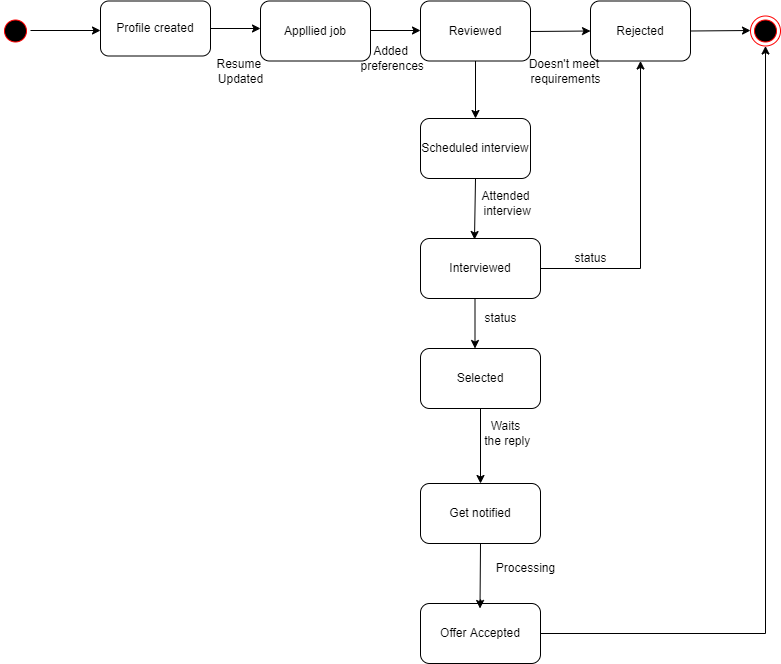
Earlier version of the draw.io export Day9/Object models/statetransition1.png (neethupauly/ust-prograd-training). Source tidied: cells renumbered, new cells last; positions are measured from the earlier drawing's top-left corner, leaving out a move shared by most shapes. Source of this version:
```xml
<mxGraphModel>
  <root>
    <mxCell id="0" />
    <mxCell id="1" parent="0" />
    <mxCell id="2" style="ellipse;html=1;shape=startState;fillColor=#000000;strokeColor=#ff0000;" parent="1" vertex="1">
      <mxGeometry y="15.5" width="30" height="30" as="geometry" />
    </mxCell>
    <mxCell id="3" style="endArrow=classic;html=1;rounded=0;" parent="1" edge="1">
      <mxGeometry relative="1" as="geometry">
        <mxPoint x="30" y="30" as="sourcePoint" />
        <mxPoint x="100" y="30" as="targetPoint" />
      </mxGeometry>
    </mxCell>
    <mxCell id="4" value="Profile created" style="rounded=1;whiteSpace=wrap;html=1;" parent="1" vertex="1">
      <mxGeometry x="100" y="0.5" width="110" height="55" as="geometry" />
    </mxCell>
    <mxCell id="5" value="Appllied job" style="rounded=1;whiteSpace=wrap;html=1;" parent="1" vertex="1">
      <mxGeometry x="260" y="0.5" width="110" height="60" as="geometry" />
    </mxCell>
    <mxCell id="6" style="endArrow=classic;html=1;rounded=0;exitX=1;exitY=0.5;exitDx=0;exitDy=0;" parent="1" edge="1" source="4">
      <mxGeometry relative="1" as="geometry">
        <mxPoint x="260" y="28" as="targetPoint" />
      </mxGeometry>
    </mxCell>
    <mxCell id="7" style="endArrow=classic;html=1;rounded=0;" parent="1" edge="1">
      <mxGeometry relative="1" as="geometry">
        <mxPoint x="370" y="30" as="sourcePoint" />
        <mxPoint x="420" y="30" as="targetPoint" />
      </mxGeometry>
    </mxCell>
    <mxCell id="8" value="Scheduled interview" style="rounded=1;whiteSpace=wrap;html=1;" parent="1" vertex="1">
      <mxGeometry x="420" y="118" width="110" height="60" as="geometry" />
    </mxCell>
    <mxCell id="9" value="Reviewed" style="rounded=1;whiteSpace=wrap;html=1;" parent="1" vertex="1">
      <mxGeometry x="420" y="0.5" width="110" height="60" as="geometry" />
    </mxCell>
    <mxCell id="10" style="endArrow=classic;html=1;rounded=0;entryX=0.5;entryY=0;entryDx=0;entryDy=0;exitX=0.5;exitY=1;exitDx=0;exitDy=0;" parent="1" edge="1" source="9" target="8">
      <mxGeometry relative="1" as="geometry" />
    </mxCell>
    <mxCell id="11" style="endArrow=classic;html=1;rounded=0;exitX=0.5;exitY=1;exitDx=0;exitDy=0;entryX=0.45;entryY=0.017;entryDx=0;entryDy=0;entryPerimeter=0;" parent="1" edge="1" source="8" target="12">
      <mxGeometry relative="1" as="geometry" />
    </mxCell>
    <mxCell id="12" value="Interviewed" style="rounded=1;whiteSpace=wrap;html=1;" parent="1" vertex="1">
      <mxGeometry x="420" y="238" width="120" height="60" as="geometry" />
    </mxCell>
    <mxCell id="13" value="Selected" style="rounded=1;whiteSpace=wrap;html=1;" parent="1" vertex="1">
      <mxGeometry x="420" y="348" width="120" height="60" as="geometry" />
    </mxCell>
    <mxCell id="14" style="endArrow=classic;html=1;rounded=0;exitX=0.5;exitY=1;exitDx=0;exitDy=0;" parent="1" edge="1">
      <mxGeometry relative="1" as="geometry">
        <mxPoint x="474.5" y="298" as="sourcePoint" />
        <mxPoint x="474.5" y="348" as="targetPoint" />
      </mxGeometry>
    </mxCell>
    <mxCell id="15" style="endArrow=classic;html=1;rounded=0;exitX=0.5;exitY=1;exitDx=0;exitDy=0;entryX=0.5;entryY=0;entryDx=0;entryDy=0;" parent="1" edge="1" source="13" target="18">
      <mxGeometry relative="1" as="geometry" />
    </mxCell>
    <mxCell id="16" style="edgeStyle=orthogonalEdgeStyle;rounded=0;jettySize=auto;html=1;exitX=0.5;exitY=0;exitDx=0;exitDy=0;" parent="1" edge="1" source="17">
      <mxGeometry relative="1" as="geometry">
        <mxPoint x="480" y="598" as="targetPoint" />
      </mxGeometry>
    </mxCell>
    <mxCell id="17" value="Offer Accepted" style="rounded=1;whiteSpace=wrap;html=1;" parent="1" vertex="1">
      <mxGeometry x="420" y="603" width="120" height="60" as="geometry" />
    </mxCell>
    <mxCell id="18" value="Get notified" style="rounded=1;whiteSpace=wrap;html=1;" parent="1" vertex="1">
      <mxGeometry x="420" y="483" width="120" height="60" as="geometry" />
    </mxCell>
    <mxCell id="19" style="endArrow=classic;html=1;rounded=0;exitX=0.5;exitY=1;exitDx=0;exitDy=0;" parent="1" edge="1" source="18">
      <mxGeometry relative="1" as="geometry">
        <mxPoint x="479.5" y="608" as="targetPoint" />
      </mxGeometry>
    </mxCell>
    <mxCell id="20" style="endArrow=classic;html=1;rounded=0;exitX=1;exitY=0.5;exitDx=0;exitDy=0;entryX=0.5;entryY=1;entryDx=0;entryDy=0;" parent="1" edge="1" source="17" target="24">
      <mxGeometry relative="1" as="geometry">
        <Array as="points">
          <mxPoint x="765" y="633" />
        </Array>
      </mxGeometry>
    </mxCell>
    <mxCell id="21" value="Rejected" style="rounded=1;whiteSpace=wrap;html=1;" parent="1" vertex="1">
      <mxGeometry x="590" y="0.5" width="100" height="60" as="geometry" />
    </mxCell>
    <mxCell id="22" style="endArrow=classic;html=1;rounded=0;entryX=0;entryY=0.5;entryDx=0;entryDy=0;" parent="1" edge="1" target="21">
      <mxGeometry relative="1" as="geometry">
        <mxPoint x="530" y="31" as="sourcePoint" />
      </mxGeometry>
    </mxCell>
    <mxCell id="23" style="endArrow=classic;html=1;rounded=0;entryX=0;entryY=0.5;entryDx=0;entryDy=0;" parent="1" edge="1">
      <mxGeometry relative="1" as="geometry">
        <mxPoint x="690" y="30.5" as="sourcePoint" />
        <mxPoint x="750" y="30" as="targetPoint" />
      </mxGeometry>
    </mxCell>
    <mxCell id="24" style="ellipse;html=1;shape=endState;fillColor=#000000;strokeColor=#ff0000;" parent="1" vertex="1">
      <mxGeometry x="750" y="15.5" width="30" height="30" as="geometry" />
    </mxCell>
    <mxCell id="25" style="endArrow=classic;html=1;rounded=0;entryX=0.5;entryY=1;entryDx=0;entryDy=0;" parent="1" edge="1" target="21">
      <mxGeometry relative="1" as="geometry">
        <mxPoint x="540" y="268" as="sourcePoint" />
        <Array as="points">
          <mxPoint x="640" y="268" />
        </Array>
      </mxGeometry>
    </mxCell>
    <mxCell id="26" value="status" style="text;html=1;align=center;verticalAlign=middle;strokeColor=none;fillColor=none;" parent="1" vertex="1">
      <mxGeometry x="565" y="248" width="50" height="20" as="geometry" />
    </mxCell>
    <mxCell id="27" value="Resume&amp;nbsp;&lt;br&gt;Updated" style="text;html=1;align=center;verticalAlign=middle;strokeColor=none;fillColor=none;" parent="1" vertex="1">
      <mxGeometry x="210" y="55.5" width="60" height="30" as="geometry" />
    </mxCell>
    <mxCell id="28" value="Added&lt;br&gt;&amp;nbsp;preferences" style="text;html=1;align=center;verticalAlign=middle;strokeColor=none;fillColor=none;" parent="1" vertex="1">
      <mxGeometry x="350" y="43" width="80" height="30" as="geometry" />
    </mxCell>
    <mxCell id="29" value="Attended&lt;br&gt;&amp;nbsp;interview" style="text;html=1;align=center;verticalAlign=middle;strokeColor=none;fillColor=none;" parent="1" vertex="1">
      <mxGeometry x="470" y="188" width="70" height="30" as="geometry" />
    </mxCell>
    <mxCell id="30" value="status" style="text;html=1;align=center;verticalAlign=middle;strokeColor=none;fillColor=none;" parent="1" vertex="1">
      <mxGeometry x="475" y="308" width="50" height="20" as="geometry" />
    </mxCell>
    <mxCell id="31" value="Waits&lt;br&gt;&amp;nbsp;the reply" style="text;html=1;align=center;verticalAlign=middle;strokeColor=none;fillColor=none;" parent="1" vertex="1">
      <mxGeometry x="475" y="418" width="60" height="30" as="geometry" />
    </mxCell>
    <mxCell id="32" value="Processing" style="text;html=1;align=center;verticalAlign=middle;strokeColor=none;fillColor=none;" parent="1" vertex="1">
      <mxGeometry x="490" y="558" width="70" height="20" as="geometry" />
    </mxCell>
    <mxCell id="33" value="Doesn't meet &lt;br&gt;requirements" style="text;html=1;align=center;verticalAlign=middle;strokeColor=none;fillColor=none;" parent="1" vertex="1">
      <mxGeometry x="520" y="55.5" width="90" height="30" as="geometry" />
    </mxCell>
  </root>
</mxGraphModel>
```
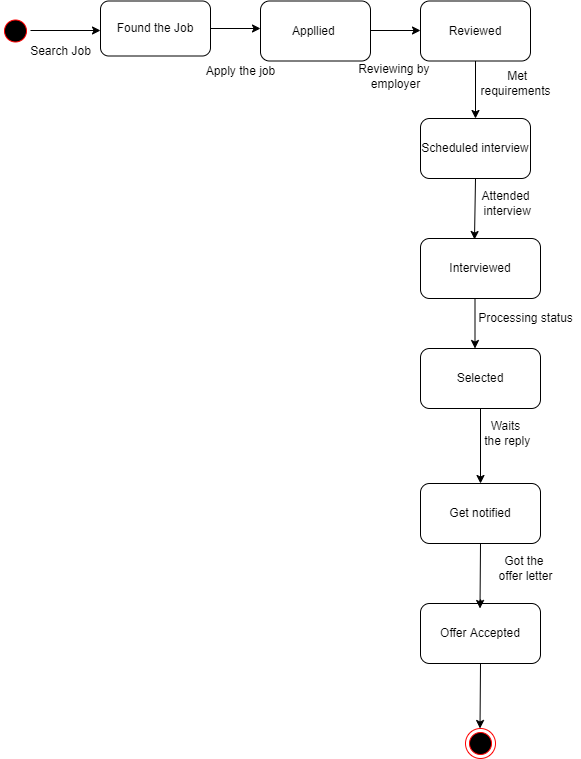
Later version of the same file.

Diff of the diagram source:
```diff
@@ -11,10 +11,10 @@
         <mxPoint x="100" y="30" as="targetPoint" />
       </mxGeometry>
     </mxCell>
-    <mxCell id="4" value="Profile created" style="rounded=1;whiteSpace=wrap;html=1;" parent="1" vertex="1">
+    <mxCell id="4" value="Found the Job" style="rounded=1;whiteSpace=wrap;html=1;" parent="1" vertex="1">
       <mxGeometry x="100" y="0.5" width="110" height="55" as="geometry" />
     </mxCell>
-    <mxCell id="5" value="Appllied job" style="rounded=1;whiteSpace=wrap;html=1;" parent="1" vertex="1">
+    <mxCell id="5" value="Appllied&amp;nbsp;" style="rounded=1;whiteSpace=wrap;html=1;" parent="1" vertex="1">
       <mxGeometry x="260" y="0.5" width="110" height="60" as="geometry" />
     </mxCell>
     <mxCell id="6" style="endArrow=classic;html=1;rounded=0;exitX=1;exitY=0.5;exitDx=0;exitDy=0;" parent="1" edge="1" source="4">
@@ -71,61 +71,38 @@
         <mxPoint x="479.5" y="608" as="targetPoint" />
       </mxGeometry>
     </mxCell>
-    <mxCell id="20" style="endArrow=classic;html=1;rounded=0;exitX=1;exitY=0.5;exitDx=0;exitDy=0;entryX=0.5;entryY=1;entryDx=0;entryDy=0;" parent="1" edge="1" source="17" target="24">
-      <mxGeometry relative="1" as="geometry">
-        <Array as="points">
-          <mxPoint x="765" y="633" />
-        </Array>
-      </mxGeometry>
-    </mxCell>
-    <mxCell id="21" value="Rejected" style="rounded=1;whiteSpace=wrap;html=1;" parent="1" vertex="1">
-      <mxGeometry x="590" y="0.5" width="100" height="60" as="geometry" />
-    </mxCell>
-    <mxCell id="22" style="endArrow=classic;html=1;rounded=0;entryX=0;entryY=0.5;entryDx=0;entryDy=0;" parent="1" edge="1" target="21">
-      <mxGeometry relative="1" as="geometry">
-        <mxPoint x="530" y="31" as="sourcePoint" />
-      </mxGeometry>
-    </mxCell>
-    <mxCell id="23" style="endArrow=classic;html=1;rounded=0;entryX=0;entryY=0.5;entryDx=0;entryDy=0;" parent="1" edge="1">
-      <mxGeometry relative="1" as="geometry">
-        <mxPoint x="690" y="30.5" as="sourcePoint" />
-        <mxPoint x="750" y="30" as="targetPoint" />
-      </mxGeometry>
-    </mxCell>
     <mxCell id="24" style="ellipse;html=1;shape=endState;fillColor=#000000;strokeColor=#ff0000;" parent="1" vertex="1">
-      <mxGeometry x="750" y="15.5" width="30" height="30" as="geometry" />
+      <mxGeometry x="465" y="728" width="30" height="30" as="geometry" />
     </mxCell>
-    <mxCell id="25" style="endArrow=classic;html=1;rounded=0;entryX=0.5;entryY=1;entryDx=0;entryDy=0;" parent="1" edge="1" target="21">
-      <mxGeometry relative="1" as="geometry">
-        <mxPoint x="540" y="268" as="sourcePoint" />
-        <Array as="points">
-          <mxPoint x="640" y="268" />
-        </Array>
-      </mxGeometry>
-    </mxCell>
-    <mxCell id="26" value="status" style="text;html=1;align=center;verticalAlign=middle;strokeColor=none;fillColor=none;" parent="1" vertex="1">
-      <mxGeometry x="565" y="248" width="50" height="20" as="geometry" />
-    </mxCell>
-    <mxCell id="27" value="Resume&amp;nbsp;&lt;br&gt;Updated" style="text;html=1;align=center;verticalAlign=middle;strokeColor=none;fillColor=none;" parent="1" vertex="1">
-      <mxGeometry x="210" y="55.5" width="60" height="30" as="geometry" />
+    <mxCell id="27" value="Apply the job" style="text;html=1;align=center;verticalAlign=middle;strokeColor=none;fillColor=none;" parent="1" vertex="1">
+      <mxGeometry x="200" y="60.5" width="80" height="20" as="geometry" />
     </mxCell>
-    <mxCell id="28" value="Added&lt;br&gt;&amp;nbsp;preferences" style="text;html=1;align=center;verticalAlign=middle;strokeColor=none;fillColor=none;" parent="1" vertex="1">
-      <mxGeometry x="350" y="43" width="80" height="30" as="geometry" />
+    <mxCell id="28" value="Reviewing by&amp;nbsp;&lt;br&gt;employer" style="text;html=1;align=center;verticalAlign=middle;strokeColor=none;fillColor=none;" parent="1" vertex="1">
+      <mxGeometry x="350" y="60.5" width="90" height="30" as="geometry" />
     </mxCell>
     <mxCell id="29" value="Attended&lt;br&gt;&amp;nbsp;interview" style="text;html=1;align=center;verticalAlign=middle;strokeColor=none;fillColor=none;" parent="1" vertex="1">
       <mxGeometry x="470" y="188" width="70" height="30" as="geometry" />
     </mxCell>
-    <mxCell id="30" value="status" style="text;html=1;align=center;verticalAlign=middle;strokeColor=none;fillColor=none;" parent="1" vertex="1">
-      <mxGeometry x="475" y="308" width="50" height="20" as="geometry" />
+    <mxCell id="30" value="Processing status" style="text;html=1;align=center;verticalAlign=middle;strokeColor=none;fillColor=none;" parent="1" vertex="1">
+      <mxGeometry x="470" y="308" width="110" height="20" as="geometry" />
     </mxCell>
     <mxCell id="31" value="Waits&lt;br&gt;&amp;nbsp;the reply" style="text;html=1;align=center;verticalAlign=middle;strokeColor=none;fillColor=none;" parent="1" vertex="1">
       <mxGeometry x="475" y="418" width="60" height="30" as="geometry" />
     </mxCell>
-    <mxCell id="32" value="Processing" style="text;html=1;align=center;verticalAlign=middle;strokeColor=none;fillColor=none;" parent="1" vertex="1">
-      <mxGeometry x="490" y="558" width="70" height="20" as="geometry" />
+    <mxCell id="32" value="Got the &lt;br&gt;offer letter" style="text;html=1;align=center;verticalAlign=middle;strokeColor=none;fillColor=none;" parent="1" vertex="1">
+      <mxGeometry x="490" y="553" width="70" height="30" as="geometry" />
     </mxCell>
-    <mxCell id="33" value="Doesn't meet &lt;br&gt;requirements" style="text;html=1;align=center;verticalAlign=middle;strokeColor=none;fillColor=none;" parent="1" vertex="1">
-      <mxGeometry x="520" y="55.5" width="90" height="30" as="geometry" />
-    </mxCell>
+    <mxCell id="34" value="Search Job" style="text;html=1;align=center;verticalAlign=middle;strokeColor=none;fillColor=none;" parent="1" vertex="1">
+      <mxGeometry x="20" y="40.5" width="80" height="20" as="geometry" />
+    </mxCell>
+    <mxCell id="35" value="&amp;nbsp;Met&lt;br&gt;requirements" style="text;html=1;align=center;verticalAlign=middle;strokeColor=none;fillColor=none;" parent="1" vertex="1">
+      <mxGeometry x="470" y="68" width="90" height="30" as="geometry" />
+    </mxCell>
+    <mxCell id="36" style="endArrow=classic;html=1;rounded=0;exitX=0.5;exitY=1;exitDx=0;exitDy=0;" parent="1" edge="1">
+      <mxGeometry relative="1" as="geometry">
+        <mxPoint x="480" y="663" as="sourcePoint" />
+        <mxPoint x="479.5" y="728" as="targetPoint" />
+      </mxGeometry>
+    </mxCell>
   </root>
 </mxGraphModel>
```
